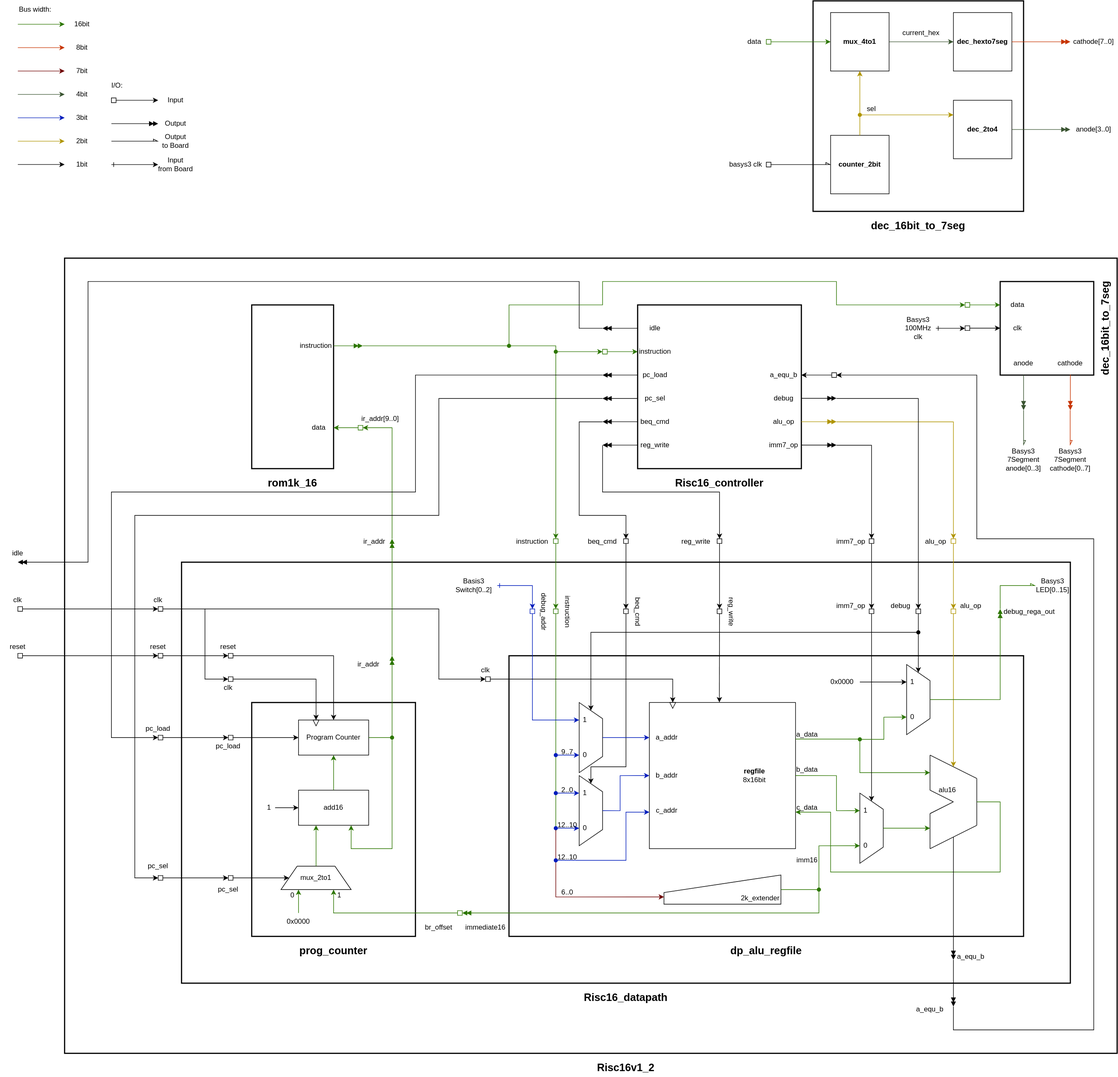
Above: figures/Risc16v1_2.drawio.svg in ole-hc/risc16-single-cycle-softcore (draw.io), before the change. Source tidied: cells renumbered, new cells last; positions are measured from the earlier drawing's top-left corner, leaving out a move shared by most shapes.
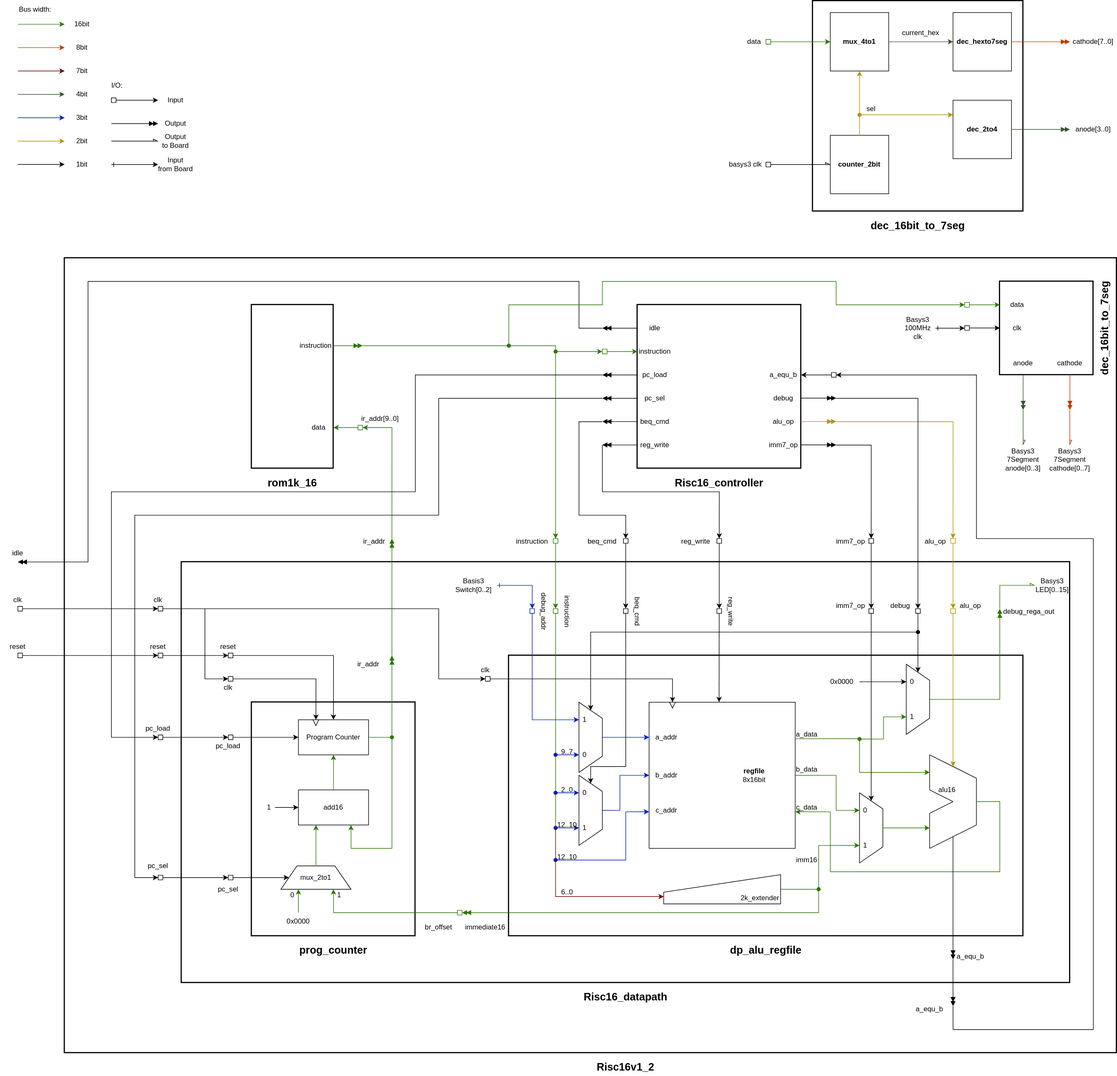
After the commit.

Commit message:
Fix block diagram mux

Diff of the diagram source:
```diff
@@ -235,10 +235,10 @@
     <mxCell id="59" value="1" style="text;html=1;whiteSpace=wrap;strokeColor=none;fillColor=none;align=center;verticalAlign=middle;rounded=0;" parent="1" vertex="1">
       <mxGeometry x="970" y="1215" width="60" height="30" as="geometry" />
     </mxCell>
-    <mxCell id="60" value="0" style="text;html=1;whiteSpace=wrap;strokeColor=none;fillColor=none;align=center;verticalAlign=middle;rounded=0;" parent="1" vertex="1">
+    <mxCell id="60" value="1" style="text;html=1;whiteSpace=wrap;strokeColor=none;fillColor=none;align=center;verticalAlign=middle;rounded=0;" parent="1" vertex="1">
       <mxGeometry x="970" y="1400" width="60" height="30" as="geometry" />
     </mxCell>
-    <mxCell id="61" value="1" style="text;html=1;whiteSpace=wrap;strokeColor=none;fillColor=none;align=center;verticalAlign=middle;rounded=0;" parent="1" vertex="1">
+    <mxCell id="61" value="0" style="text;html=1;whiteSpace=wrap;strokeColor=none;fillColor=none;align=center;verticalAlign=middle;rounded=0;" parent="1" vertex="1">
       <mxGeometry x="970" y="1340" width="60" height="30" as="geometry" />
     </mxCell>
     <mxCell id="62" style="endArrow=classic;html=1;rounded=0;entryX=1;entryY=0.5;entryDx=0;entryDy=0;startArrow=oval;startFill=1;edgeStyle=orthogonalEdgeStyle;" parent="1" edge="1" target="41">
@@ -331,10 +331,10 @@
     <mxCell id="80" style="verticalLabelPosition=middle;verticalAlign=middle;html=1;shape=trapezoid;perimeter=trapezoidPerimeter;whiteSpace=wrap;size=0.23;arcSize=10;flipV=1;labelPosition=center;align=center;legacyAnchorPoints=0;rotation=-90;" parent="1" vertex="1">
       <mxGeometry x="1430" y="1395" width="120" height="40" as="geometry" />
     </mxCell>
-    <mxCell id="81" value="0" style="text;html=1;whiteSpace=wrap;strokeColor=none;fillColor=none;align=center;verticalAlign=middle;rounded=0;" parent="1" vertex="1">
+    <mxCell id="81" value="1" style="text;html=1;whiteSpace=wrap;strokeColor=none;fillColor=none;align=center;verticalAlign=middle;rounded=0;" parent="1" vertex="1">
       <mxGeometry x="1450" y="1430" width="60" height="30" as="geometry" />
     </mxCell>
-    <mxCell id="82" value="1" style="text;html=1;whiteSpace=wrap;strokeColor=none;fillColor=none;align=center;verticalAlign=middle;rounded=0;" parent="1" vertex="1">
+    <mxCell id="82" value="0" style="text;html=1;whiteSpace=wrap;strokeColor=none;fillColor=none;align=center;verticalAlign=middle;rounded=0;" parent="1" vertex="1">
       <mxGeometry x="1450" y="1370" width="60" height="30" as="geometry" />
     </mxCell>
     <mxCell id="83" style="endArrow=classic;html=1;rounded=0;exitX=1;exitY=0.5;exitDx=0;exitDy=0;entryX=0.25;entryY=1;entryDx=0;entryDy=0;edgeStyle=orthogonalEdgeStyle;fillColor=#60a917;strokeColor=#2D7600;" parent="1" edge="1" source="70" target="80">
@@ -477,10 +477,10 @@
     <mxCell id="108" style="verticalLabelPosition=middle;verticalAlign=middle;html=1;shape=trapezoid;perimeter=trapezoidPerimeter;whiteSpace=wrap;size=0.23;arcSize=10;flipV=1;labelPosition=center;align=center;legacyAnchorPoints=0;rotation=-90;" parent="1" vertex="1">
       <mxGeometry x="1510" y="1175" width="120" height="40" as="geometry" />
     </mxCell>
-    <mxCell id="109" value="0" style="text;html=1;whiteSpace=wrap;strokeColor=none;fillColor=none;align=center;verticalAlign=middle;rounded=0;" parent="1" vertex="1">
+    <mxCell id="109" value="1" style="text;html=1;whiteSpace=wrap;strokeColor=none;fillColor=none;align=center;verticalAlign=middle;rounded=0;" parent="1" vertex="1">
       <mxGeometry x="1530" y="1210" width="60" height="30" as="geometry" />
     </mxCell>
-    <mxCell id="110" value="1" style="text;html=1;whiteSpace=wrap;strokeColor=none;fillColor=none;align=center;verticalAlign=middle;rounded=0;" parent="1" vertex="1">
+    <mxCell id="110" value="0" style="text;html=1;whiteSpace=wrap;strokeColor=none;fillColor=none;align=center;verticalAlign=middle;rounded=0;" parent="1" vertex="1">
       <mxGeometry x="1530" y="1150" width="60" height="30" as="geometry" />
     </mxCell>
     <mxCell id="111" style="endArrow=classic;html=1;rounded=0;edgeStyle=orthogonalEdgeStyle;entryX=0.25;entryY=1;entryDx=0;entryDy=0;startArrow=oval;startFill=1;fillColor=#60a917;strokeColor=#2D7600;" parent="1" edge="1" target="108">
```
